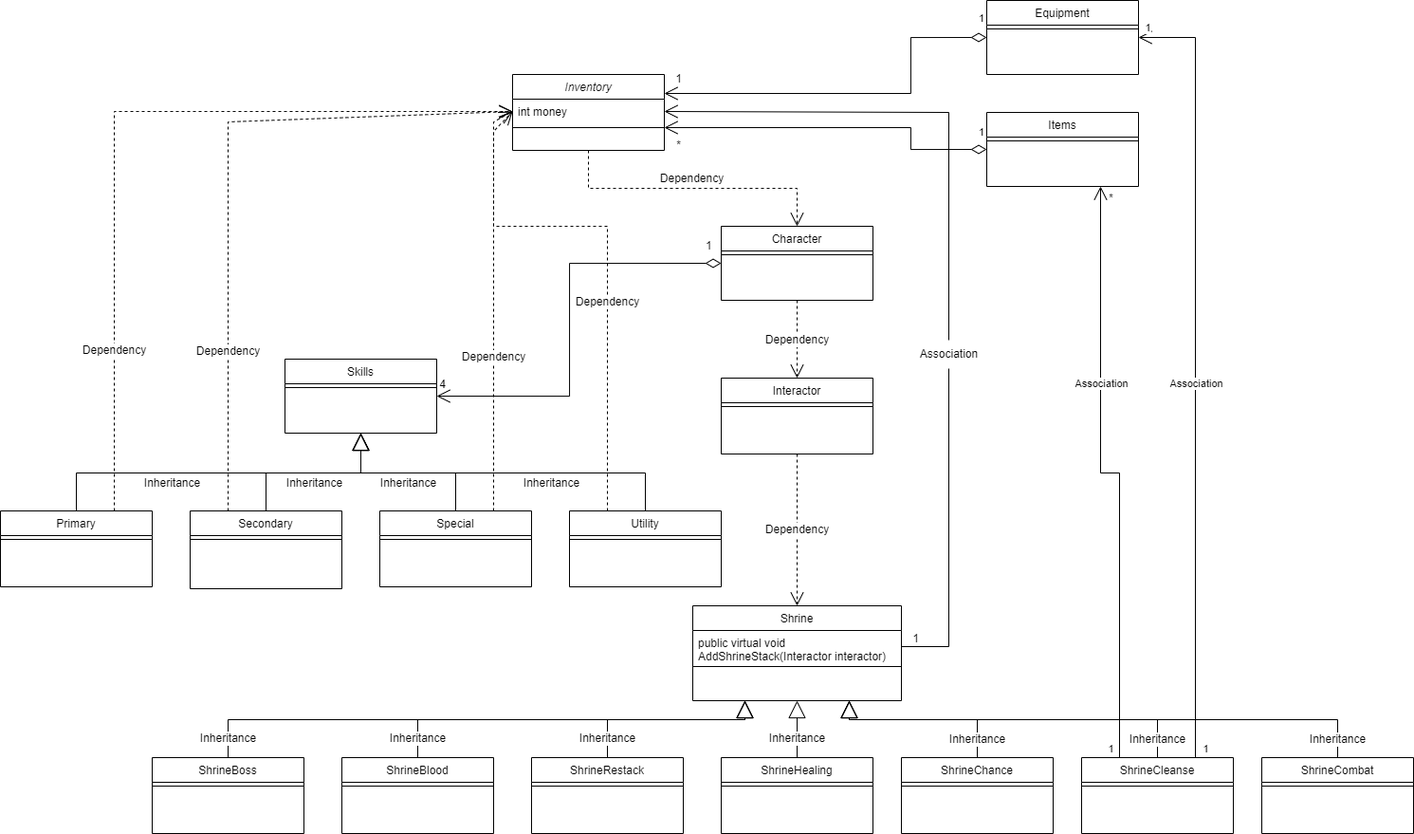
Earlier version of the draw.io export Object_Hierarchy_ROR2.png (Rorias/ROR2Decomposition). Source tidied: cells renumbered, new cells last; positions are measured from the earlier drawing's top-left corner, leaving out a move shared by most shapes.
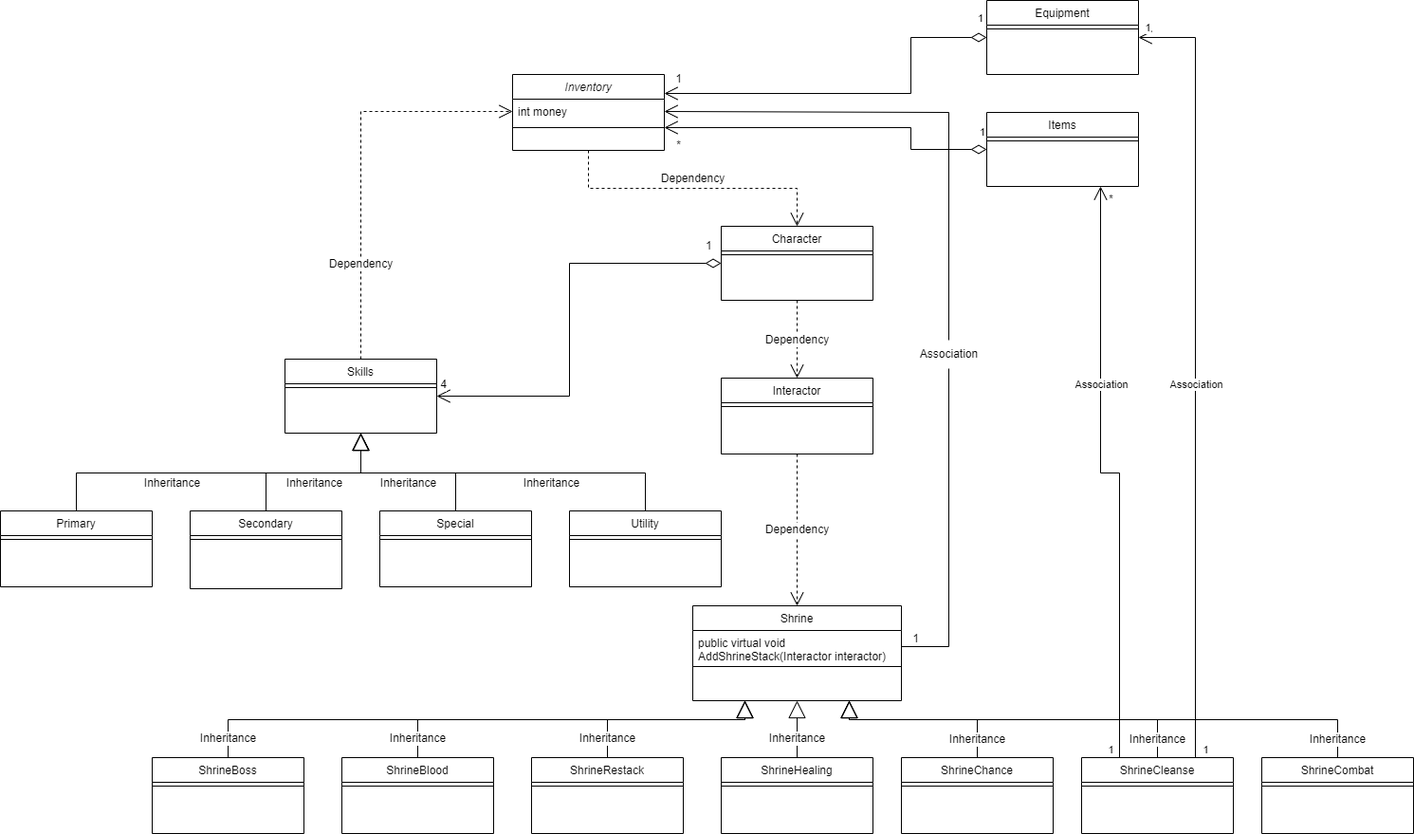
The same diagram one commit later.

Commit message:
Final Object Hierarchy

Change to the diagram source:
```diff
@@ -181,33 +181,10 @@
         <mxPoint x="-37" y="-16" as="offset" />
       </mxGeometry>
     </mxCell>
-    <mxCell id="49" value="Dependency" style="endArrow=open;endSize=12;dashed=1;html=1;rounded=0;fontSize=12;exitX=0.75;exitY=0;exitDx=0;exitDy=0;entryX=0;entryY=0.5;entryDx=0;entryDy=0;" parent="1" edge="1" source="13" target="3">
-      <mxGeometry x="-0.6" relative="1" as="geometry">
-        <Array as="points">
-          <mxPoint x="120" y="117" />
-        </Array>
-      </mxGeometry>
-    </mxCell>
-    <mxCell id="50" value="Dependency" style="endArrow=open;endSize=12;dashed=1;html=1;rounded=0;fontSize=12;exitX=0.25;exitY=0;exitDx=0;exitDy=0;entryX=0;entryY=0.5;entryDx=0;entryDy=0;" parent="1" edge="1" source="37" target="3">
-      <mxGeometry x="-0.2" relative="1" as="geometry">
-        <Array as="points">
-          <mxPoint x="640" y="238" />
-          <mxPoint x="520" y="238" />
-          <mxPoint x="520" y="138" />
-        </Array>
-      </mxGeometry>
-    </mxCell>
-    <mxCell id="51" value="Dependency" style="endArrow=open;endSize=12;dashed=1;html=1;rounded=0;fontSize=12;exitX=0.75;exitY=0;exitDx=0;exitDy=0;entryX=0;entryY=0.5;entryDx=0;entryDy=0;" parent="1" edge="1" source="5" target="3">
-      <mxGeometry x="-0.25" relative="1" as="geometry">
-        <Array as="points">
-          <mxPoint x="520" y="128" />
-        </Array>
-      </mxGeometry>
-    </mxCell>
-    <mxCell id="52" value="Dependency" style="endArrow=open;endSize=12;dashed=1;html=1;rounded=0;fontSize=12;exitX=0.25;exitY=0;exitDx=0;exitDy=0;entryX=0;entryY=0.5;entryDx=0;entryDy=0;" parent="1" edge="1" source="7" target="3">
+    <mxCell id="52" value="Dependency" style="endArrow=open;endSize=12;dashed=1;html=1;rounded=0;fontSize=12;exitX=0.5;exitY=0;exitDx=0;exitDy=0;entryX=0;entryY=0.5;entryDx=0;entryDy=0;" parent="1" edge="1" source="11" target="3">
       <mxGeometry x="-0.53" relative="1" as="geometry">
         <Array as="points">
-          <mxPoint x="240" y="128" />
+          <mxPoint x="380" y="117" />
         </Array>
       </mxGeometry>
     </mxCell>
```
